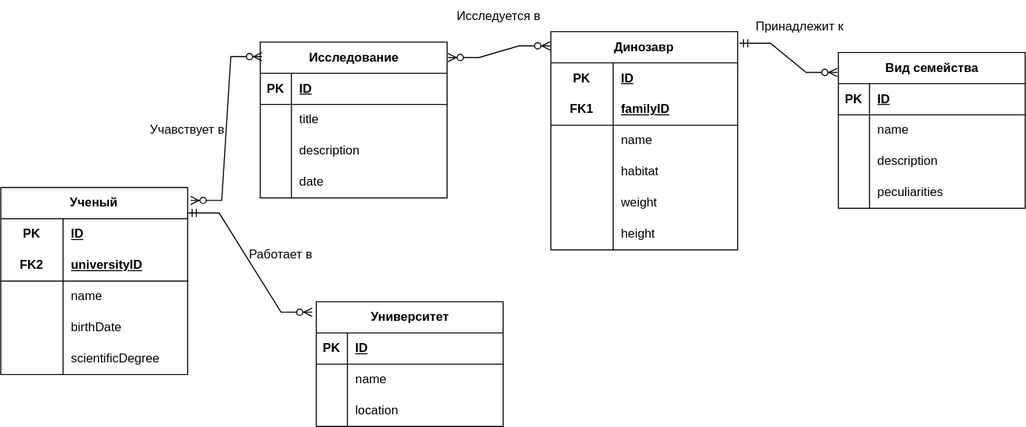
This is DataScience/lab1/bd.drawio.svg from yargames1/ITMO, a draw.io export, as it was before one commit. Source tidied: cells renumbered, new cells last; positions are measured from the earlier drawing's top-left corner, leaving out a move shared by most shapes.
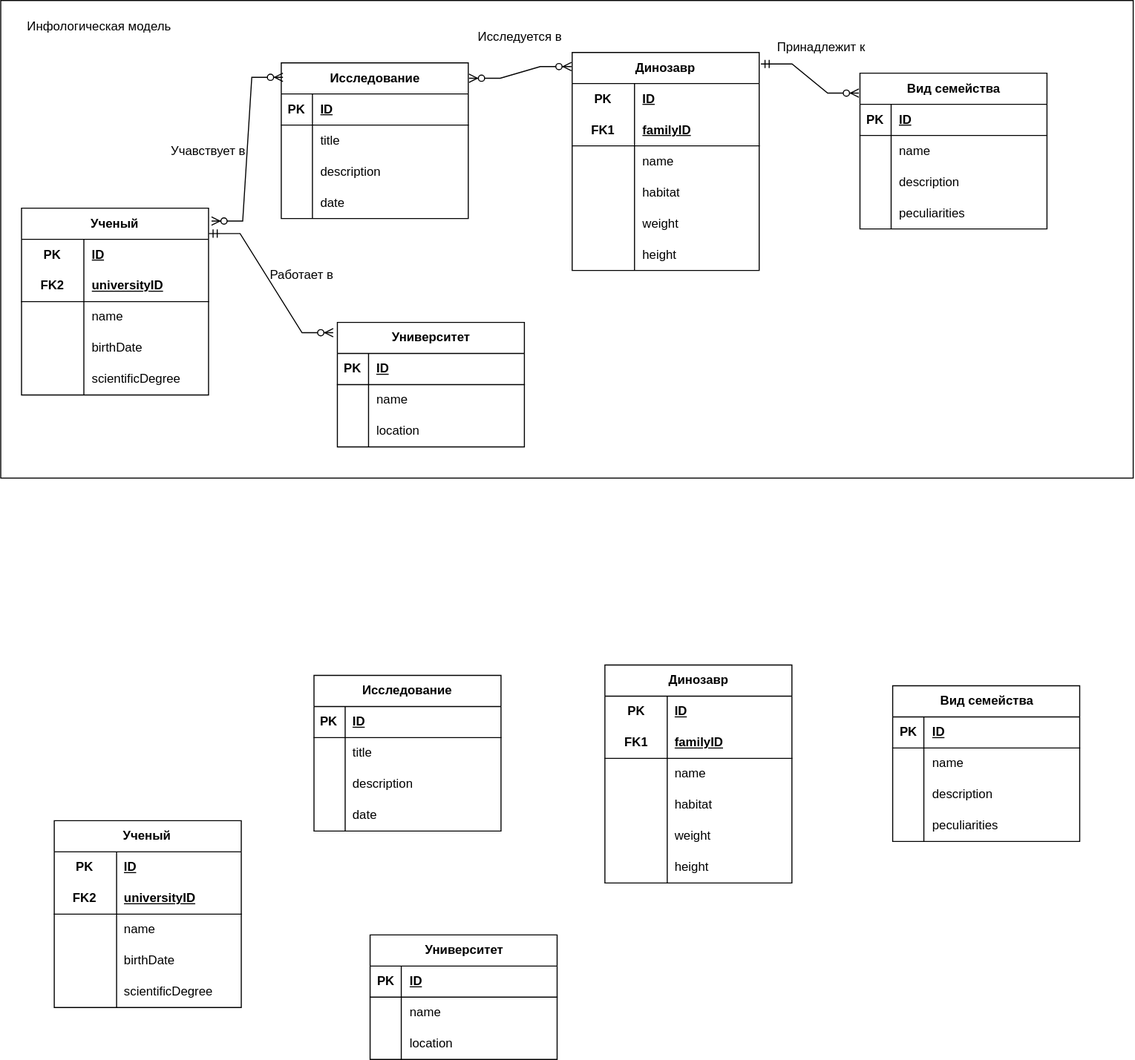
The same file after the commit.

Change to the diagram source:
```diff
@@ -2,6 +2,9 @@
   <root>
     <mxCell id="0" />
     <mxCell id="1" parent="0" />
+    <mxCell id="81" style="rounded=0;whiteSpace=wrap;html=1;" parent="1" vertex="1">
+      <mxGeometry x="-20" y="-20" width="1090" height="460" as="geometry" />
+    </mxCell>
     <mxCell id="2" value="Университет" style="shape=table;startSize=30;rowLines=0;fontStyle=1;align=center;html=1;" parent="1" vertex="1">
       <mxGeometry x="304" y="290" width="180" height="120" as="geometry" />
     </mxCell>
@@ -241,5 +244,221 @@
     <mxCell id="80" value="Принадлежит к" style="text;html=1;align=center;verticalAlign=middle;whiteSpace=wrap;rounded=0;" parent="1" vertex="1">
       <mxGeometry x="720" y="10" width="100" height="30" as="geometry" />
     </mxCell>
+    <mxCell id="82" value="Инфологическая модель" style="text;html=1;align=center;verticalAlign=middle;whiteSpace=wrap;rounded=0;" parent="1" vertex="1">
+      <mxGeometry x="-10" y="-10" width="170" height="30" as="geometry" />
+    </mxCell>
+    <mxCell id="83" value="Университет" style="shape=table;startSize=30;rowLines=0;fontStyle=1;align=center;html=1;" parent="1" vertex="1">
+      <mxGeometry x="335.5" y="880" width="180" height="120" as="geometry" />
+    </mxCell>
+    <mxCell id="84" style="shape=tableRow;horizontal=0;startSize=0;swimlaneHead=0;swimlaneBody=0;fillColor=none;top=0;left=0;right=0;bottom=1;" parent="83" vertex="1">
+      <mxGeometry y="30" width="180" height="30" as="geometry" />
+    </mxCell>
+    <mxCell id="85" value="PK" style="shape=partialRectangle;fillColor=none;top=0;left=0;bottom=0;right=0;fontStyle=1;overflow=hidden;whiteSpace=wrap;html=1;" parent="84" vertex="1">
+      <mxGeometry width="30" height="30" as="geometry" />
+    </mxCell>
+    <mxCell id="86" value="ID" style="shape=partialRectangle;fillColor=none;top=0;left=0;bottom=0;right=0;align=left;spacingLeft=6;fontStyle=5;overflow=hidden;whiteSpace=wrap;html=1;" parent="84" vertex="1">
+      <mxGeometry x="30" width="150" height="30" as="geometry" />
+    </mxCell>
+    <mxCell id="87" style="shape=tableRow;horizontal=0;startSize=0;swimlaneHead=0;swimlaneBody=0;fillColor=none;top=0;left=0;right=0;bottom=0;" parent="83" vertex="1">
+      <mxGeometry y="60" width="180" height="30" as="geometry" />
+    </mxCell>
+    <mxCell id="88" style="shape=partialRectangle;fillColor=none;top=0;left=0;bottom=0;right=0;overflow=hidden;whiteSpace=wrap;html=1;" parent="87" vertex="1">
+      <mxGeometry width="30" height="30" as="geometry" />
+    </mxCell>
+    <mxCell id="89" value="name" style="shape=partialRectangle;fillColor=none;top=0;left=0;bottom=0;right=0;align=left;spacingLeft=6;overflow=hidden;whiteSpace=wrap;html=1;" parent="87" vertex="1">
+      <mxGeometry x="30" width="150" height="30" as="geometry" />
+    </mxCell>
+    <mxCell id="90" style="shape=tableRow;horizontal=0;startSize=0;swimlaneHead=0;swimlaneBody=0;fillColor=none;top=0;left=0;right=0;bottom=0;" parent="83" vertex="1">
+      <mxGeometry y="90" width="180" height="30" as="geometry" />
+    </mxCell>
+    <mxCell id="91" style="shape=partialRectangle;fillColor=none;top=0;left=0;bottom=0;right=0;overflow=hidden;whiteSpace=wrap;html=1;" parent="90" vertex="1">
+      <mxGeometry width="30" height="30" as="geometry" />
+    </mxCell>
+    <mxCell id="92" value="location" style="shape=partialRectangle;fillColor=none;top=0;left=0;bottom=0;right=0;align=left;spacingLeft=6;overflow=hidden;whiteSpace=wrap;html=1;" parent="90" vertex="1">
+      <mxGeometry x="30" width="150" height="30" as="geometry" />
+    </mxCell>
+    <mxCell id="93" value="&lt;span style=&quot;text-wrap-mode: nowrap;&quot;&gt;Ученый&lt;/span&gt;" style="shape=table;startSize=30;rowLines=0;fontStyle=1;align=center;html=1;whiteSpace=wrap;" parent="1" vertex="1">
+      <mxGeometry x="31.5" y="770" width="180" height="180" as="geometry" />
+    </mxCell>
+    <mxCell id="94" style="shape=tableRow;horizontal=0;startSize=0;swimlaneHead=0;swimlaneBody=0;fillColor=none;top=0;left=0;right=0;bottom=0;html=1;" parent="93" vertex="1">
+      <mxGeometry y="30" width="180" height="30" as="geometry" />
+    </mxCell>
+    <mxCell id="95" value="PK" style="shape=partialRectangle;fillColor=none;top=0;left=0;bottom=0;right=0;fontStyle=1;overflow=hidden;html=1;whiteSpace=wrap;" parent="94" vertex="1">
+      <mxGeometry width="60" height="30" as="geometry" />
+    </mxCell>
+    <mxCell id="96" value="ID" style="shape=partialRectangle;fillColor=none;top=0;left=0;bottom=0;right=0;align=left;spacingLeft=6;fontStyle=5;overflow=hidden;html=1;whiteSpace=wrap;" parent="94" vertex="1">
+      <mxGeometry x="60" width="120" height="30" as="geometry" />
+    </mxCell>
+    <mxCell id="97" style="shape=tableRow;horizontal=0;startSize=0;swimlaneHead=0;swimlaneBody=0;fillColor=none;top=0;left=0;right=0;bottom=1;html=1;" parent="93" vertex="1">
+      <mxGeometry y="60" width="180" height="30" as="geometry" />
+    </mxCell>
+    <mxCell id="98" value="FK2" style="shape=partialRectangle;fillColor=none;top=0;left=0;bottom=0;right=0;fontStyle=1;overflow=hidden;html=1;whiteSpace=wrap;" parent="97" vertex="1">
+      <mxGeometry width="60" height="30" as="geometry" />
+    </mxCell>
+    <mxCell id="99" value="universityID" style="shape=partialRectangle;fillColor=none;top=0;left=0;bottom=0;right=0;align=left;spacingLeft=6;fontStyle=5;overflow=hidden;html=1;whiteSpace=wrap;" parent="97" vertex="1">
+      <mxGeometry x="60" width="120" height="30" as="geometry" />
+    </mxCell>
+    <mxCell id="100" style="shape=tableRow;horizontal=0;startSize=0;swimlaneHead=0;swimlaneBody=0;fillColor=none;top=0;left=0;right=0;bottom=0;html=1;" parent="93" vertex="1">
+      <mxGeometry y="90" width="180" height="30" as="geometry" />
+    </mxCell>
+    <mxCell id="101" style="shape=partialRectangle;fillColor=none;top=0;left=0;bottom=0;right=0;overflow=hidden;html=1;whiteSpace=wrap;" parent="100" vertex="1">
+      <mxGeometry width="60" height="30" as="geometry" />
+    </mxCell>
+    <mxCell id="102" value="name" style="shape=partialRectangle;fillColor=none;top=0;left=0;bottom=0;right=0;align=left;spacingLeft=6;overflow=hidden;html=1;whiteSpace=wrap;" parent="100" vertex="1">
+      <mxGeometry x="60" width="120" height="30" as="geometry" />
+    </mxCell>
+    <mxCell id="103" style="shape=tableRow;horizontal=0;startSize=0;swimlaneHead=0;swimlaneBody=0;fillColor=none;top=0;left=0;right=0;bottom=0;html=1;" parent="93" vertex="1">
+      <mxGeometry y="120" width="180" height="30" as="geometry" />
+    </mxCell>
+    <mxCell id="104" style="shape=partialRectangle;fillColor=none;top=0;left=0;bottom=0;right=0;overflow=hidden;html=1;whiteSpace=wrap;" parent="103" vertex="1">
+      <mxGeometry width="60" height="30" as="geometry" />
+    </mxCell>
+    <mxCell id="105" value="birthDate" style="shape=partialRectangle;fillColor=none;top=0;left=0;bottom=0;right=0;align=left;spacingLeft=6;overflow=hidden;html=1;whiteSpace=wrap;" parent="103" vertex="1">
+      <mxGeometry x="60" width="120" height="30" as="geometry" />
+    </mxCell>
+    <mxCell id="106" style="shape=tableRow;horizontal=0;startSize=0;swimlaneHead=0;swimlaneBody=0;fillColor=none;top=0;left=0;right=0;bottom=0;html=1;" parent="93" vertex="1">
+      <mxGeometry y="150" width="180" height="30" as="geometry" />
+    </mxCell>
+    <mxCell id="107" style="shape=partialRectangle;fillColor=none;top=0;left=0;bottom=0;right=0;overflow=hidden;html=1;whiteSpace=wrap;" parent="106" vertex="1">
+      <mxGeometry width="60" height="30" as="geometry" />
+    </mxCell>
+    <mxCell id="108" value="scientificDegree" style="shape=partialRectangle;fillColor=none;top=0;left=0;bottom=0;right=0;align=left;spacingLeft=6;overflow=hidden;html=1;whiteSpace=wrap;" parent="106" vertex="1">
+      <mxGeometry x="60" width="120" height="30" as="geometry" />
+    </mxCell>
+    <mxCell id="109" value="Динозавр" style="shape=table;startSize=30;rowLines=0;fontStyle=1;align=center;html=1;whiteSpace=wrap;" parent="1" vertex="1">
+      <mxGeometry x="561.5" y="620" width="180" height="210" as="geometry" />
+    </mxCell>
+    <mxCell id="110" style="shape=tableRow;horizontal=0;startSize=0;swimlaneHead=0;swimlaneBody=0;fillColor=none;top=0;left=0;right=0;bottom=0;html=1;" parent="109" vertex="1">
+      <mxGeometry y="30" width="180" height="30" as="geometry" />
+    </mxCell>
+    <mxCell id="111" value="PK" style="shape=partialRectangle;fillColor=none;top=0;left=0;bottom=0;right=0;fontStyle=1;overflow=hidden;html=1;whiteSpace=wrap;" parent="110" vertex="1">
+      <mxGeometry width="60" height="30" as="geometry" />
+    </mxCell>
+    <mxCell id="112" value="ID" style="shape=partialRectangle;fillColor=none;top=0;left=0;bottom=0;right=0;align=left;spacingLeft=6;fontStyle=5;overflow=hidden;html=1;whiteSpace=wrap;" parent="110" vertex="1">
+      <mxGeometry x="60" width="120" height="30" as="geometry" />
+    </mxCell>
+    <mxCell id="113" style="shape=tableRow;horizontal=0;startSize=0;swimlaneHead=0;swimlaneBody=0;fillColor=none;top=0;left=0;right=0;bottom=1;html=1;" parent="109" vertex="1">
+      <mxGeometry y="60" width="180" height="30" as="geometry" />
+    </mxCell>
+    <mxCell id="114" value="FK1" style="shape=partialRectangle;fillColor=none;top=0;left=0;bottom=0;right=0;fontStyle=1;overflow=hidden;html=1;whiteSpace=wrap;" parent="113" vertex="1">
+      <mxGeometry width="60" height="30" as="geometry" />
+    </mxCell>
+    <mxCell id="115" value="familyID" style="shape=partialRectangle;fillColor=none;top=0;left=0;bottom=0;right=0;align=left;spacingLeft=6;fontStyle=5;overflow=hidden;html=1;whiteSpace=wrap;" parent="113" vertex="1">
+      <mxGeometry x="60" width="120" height="30" as="geometry" />
+    </mxCell>
+    <mxCell id="116" style="shape=tableRow;horizontal=0;startSize=0;swimlaneHead=0;swimlaneBody=0;fillColor=none;top=0;left=0;right=0;bottom=0;html=1;" parent="109" vertex="1">
+      <mxGeometry y="90" width="180" height="30" as="geometry" />
+    </mxCell>
+    <mxCell id="117" style="shape=partialRectangle;fillColor=none;top=0;left=0;bottom=0;right=0;overflow=hidden;html=1;whiteSpace=wrap;" parent="116" vertex="1">
+      <mxGeometry width="60" height="30" as="geometry" />
+    </mxCell>
+    <mxCell id="118" value="name" style="shape=partialRectangle;fillColor=none;top=0;left=0;bottom=0;right=0;align=left;spacingLeft=6;overflow=hidden;html=1;whiteSpace=wrap;" parent="116" vertex="1">
+      <mxGeometry x="60" width="120" height="30" as="geometry" />
+    </mxCell>
+    <mxCell id="119" style="shape=tableRow;horizontal=0;startSize=0;swimlaneHead=0;swimlaneBody=0;fillColor=none;top=0;left=0;right=0;bottom=0;html=1;" parent="109" vertex="1">
+      <mxGeometry y="120" width="180" height="30" as="geometry" />
+    </mxCell>
+    <mxCell id="120" style="shape=partialRectangle;fillColor=none;top=0;left=0;bottom=0;right=0;overflow=hidden;html=1;whiteSpace=wrap;" parent="119" vertex="1">
+      <mxGeometry width="60" height="30" as="geometry" />
+    </mxCell>
+    <mxCell id="121" value="habitat" style="shape=partialRectangle;fillColor=none;top=0;left=0;bottom=0;right=0;align=left;spacingLeft=6;overflow=hidden;html=1;whiteSpace=wrap;" parent="119" vertex="1">
+      <mxGeometry x="60" width="120" height="30" as="geometry" />
+    </mxCell>
+    <mxCell id="122" style="shape=tableRow;horizontal=0;startSize=0;swimlaneHead=0;swimlaneBody=0;fillColor=none;top=0;left=0;right=0;bottom=0;html=1;" parent="109" vertex="1">
+      <mxGeometry y="150" width="180" height="30" as="geometry" />
+    </mxCell>
+    <mxCell id="123" style="shape=partialRectangle;fillColor=none;top=0;left=0;bottom=0;right=0;overflow=hidden;html=1;whiteSpace=wrap;" parent="122" vertex="1">
+      <mxGeometry width="60" height="30" as="geometry" />
+    </mxCell>
+    <mxCell id="124" value="weight" style="shape=partialRectangle;fillColor=none;top=0;left=0;bottom=0;right=0;align=left;spacingLeft=6;overflow=hidden;html=1;whiteSpace=wrap;" parent="122" vertex="1">
+      <mxGeometry x="60" width="120" height="30" as="geometry" />
+    </mxCell>
+    <mxCell id="125" style="shape=tableRow;horizontal=0;startSize=0;swimlaneHead=0;swimlaneBody=0;fillColor=none;top=0;left=0;right=0;bottom=0;html=1;" parent="109" vertex="1">
+      <mxGeometry y="180" width="180" height="30" as="geometry" />
+    </mxCell>
+    <mxCell id="126" style="shape=partialRectangle;fillColor=none;top=0;left=0;bottom=0;right=0;overflow=hidden;html=1;whiteSpace=wrap;" parent="125" vertex="1">
+      <mxGeometry width="60" height="30" as="geometry" />
+    </mxCell>
+    <mxCell id="127" value="height" style="shape=partialRectangle;fillColor=none;top=0;left=0;bottom=0;right=0;align=left;spacingLeft=6;overflow=hidden;html=1;whiteSpace=wrap;" parent="125" vertex="1">
+      <mxGeometry x="60" width="120" height="30" as="geometry" />
+    </mxCell>
+    <mxCell id="128" value="Вид семейства" style="shape=table;startSize=30;rowLines=0;fontStyle=1;align=center;html=1;" parent="1" vertex="1">
+      <mxGeometry x="838.5" y="640" width="180" height="150" as="geometry" />
+    </mxCell>
+    <mxCell id="129" style="shape=tableRow;horizontal=0;startSize=0;swimlaneHead=0;swimlaneBody=0;fillColor=none;top=0;left=0;right=0;bottom=1;" parent="128" vertex="1">
+      <mxGeometry y="30" width="180" height="30" as="geometry" />
+    </mxCell>
+    <mxCell id="130" value="PK" style="shape=partialRectangle;fillColor=none;top=0;left=0;bottom=0;right=0;fontStyle=1;overflow=hidden;whiteSpace=wrap;html=1;" parent="129" vertex="1">
+      <mxGeometry width="30" height="30" as="geometry" />
+    </mxCell>
+    <mxCell id="131" value="ID" style="shape=partialRectangle;fillColor=none;top=0;left=0;bottom=0;right=0;align=left;spacingLeft=6;fontStyle=5;overflow=hidden;whiteSpace=wrap;html=1;" parent="129" vertex="1">
+      <mxGeometry x="30" width="150" height="30" as="geometry" />
+    </mxCell>
+    <mxCell id="132" style="shape=tableRow;horizontal=0;startSize=0;swimlaneHead=0;swimlaneBody=0;fillColor=none;top=0;left=0;right=0;bottom=0;" parent="128" vertex="1">
+      <mxGeometry y="60" width="180" height="30" as="geometry" />
+    </mxCell>
+    <mxCell id="133" style="shape=partialRectangle;fillColor=none;top=0;left=0;bottom=0;right=0;overflow=hidden;whiteSpace=wrap;html=1;" parent="132" vertex="1">
+      <mxGeometry width="30" height="30" as="geometry" />
+    </mxCell>
+    <mxCell id="134" value="name" style="shape=partialRectangle;fillColor=none;top=0;left=0;bottom=0;right=0;align=left;spacingLeft=6;overflow=hidden;whiteSpace=wrap;html=1;" parent="132" vertex="1">
+      <mxGeometry x="30" width="150" height="30" as="geometry" />
+    </mxCell>
+    <mxCell id="135" style="shape=tableRow;horizontal=0;startSize=0;swimlaneHead=0;swimlaneBody=0;fillColor=none;top=0;left=0;right=0;bottom=0;" parent="128" vertex="1">
+      <mxGeometry y="90" width="180" height="30" as="geometry" />
+    </mxCell>
+    <mxCell id="136" style="shape=partialRectangle;fillColor=none;top=0;left=0;bottom=0;right=0;overflow=hidden;whiteSpace=wrap;html=1;" parent="135" vertex="1">
+      <mxGeometry width="30" height="30" as="geometry" />
+    </mxCell>
+    <mxCell id="137" value="description" style="shape=partialRectangle;fillColor=none;top=0;left=0;bottom=0;right=0;align=left;spacingLeft=6;overflow=hidden;whiteSpace=wrap;html=1;" parent="135" vertex="1">
+      <mxGeometry x="30" width="150" height="30" as="geometry" />
+    </mxCell>
+    <mxCell id="138" style="shape=tableRow;horizontal=0;startSize=0;swimlaneHead=0;swimlaneBody=0;fillColor=none;top=0;left=0;right=0;bottom=0;" parent="128" vertex="1">
+      <mxGeometry y="120" width="180" height="30" as="geometry" />
+    </mxCell>
+    <mxCell id="139" style="shape=partialRectangle;fillColor=none;top=0;left=0;bottom=0;right=0;overflow=hidden;whiteSpace=wrap;html=1;" parent="138" vertex="1">
+      <mxGeometry width="30" height="30" as="geometry" />
+    </mxCell>
+    <mxCell id="140" value="peculiarities" style="shape=partialRectangle;fillColor=none;top=0;left=0;bottom=0;right=0;align=left;spacingLeft=6;overflow=hidden;whiteSpace=wrap;html=1;" parent="138" vertex="1">
+      <mxGeometry x="30" width="150" height="30" as="geometry" />
+    </mxCell>
+    <mxCell id="141" value="Исследование" style="shape=table;startSize=30;rowLines=0;fontStyle=1;align=center;html=1;" parent="1" vertex="1">
+      <mxGeometry x="281.5" y="630" width="180" height="150" as="geometry" />
+    </mxCell>
+    <mxCell id="142" style="shape=tableRow;horizontal=0;startSize=0;swimlaneHead=0;swimlaneBody=0;fillColor=none;top=0;left=0;right=0;bottom=1;" parent="141" vertex="1">
+      <mxGeometry y="30" width="180" height="30" as="geometry" />
+    </mxCell>
+    <mxCell id="143" value="PK" style="shape=partialRectangle;fillColor=none;top=0;left=0;bottom=0;right=0;fontStyle=1;overflow=hidden;whiteSpace=wrap;html=1;" parent="142" vertex="1">
+      <mxGeometry width="30" height="30" as="geometry" />
+    </mxCell>
+    <mxCell id="144" value="ID" style="shape=partialRectangle;fillColor=none;top=0;left=0;bottom=0;right=0;align=left;spacingLeft=6;fontStyle=5;overflow=hidden;whiteSpace=wrap;html=1;" parent="142" vertex="1">
+      <mxGeometry x="30" width="150" height="30" as="geometry" />
+    </mxCell>
+    <mxCell id="145" style="shape=tableRow;horizontal=0;startSize=0;swimlaneHead=0;swimlaneBody=0;fillColor=none;top=0;left=0;right=0;bottom=0;" parent="141" vertex="1">
+      <mxGeometry y="60" width="180" height="30" as="geometry" />
+    </mxCell>
+    <mxCell id="146" style="shape=partialRectangle;fillColor=none;top=0;left=0;bottom=0;right=0;overflow=hidden;whiteSpace=wrap;html=1;" parent="145" vertex="1">
+      <mxGeometry width="30" height="30" as="geometry" />
+    </mxCell>
+    <mxCell id="147" value="title" style="shape=partialRectangle;fillColor=none;top=0;left=0;bottom=0;right=0;align=left;spacingLeft=6;overflow=hidden;whiteSpace=wrap;html=1;" parent="145" vertex="1">
+      <mxGeometry x="30" width="150" height="30" as="geometry" />
+    </mxCell>
+    <mxCell id="148" style="shape=tableRow;horizontal=0;startSize=0;swimlaneHead=0;swimlaneBody=0;fillColor=none;top=0;left=0;right=0;bottom=0;" parent="141" vertex="1">
+      <mxGeometry y="90" width="180" height="30" as="geometry" />
+    </mxCell>
+    <mxCell id="149" style="shape=partialRectangle;fillColor=none;top=0;left=0;bottom=0;right=0;overflow=hidden;whiteSpace=wrap;html=1;" parent="148" vertex="1">
+      <mxGeometry width="30" height="30" as="geometry" />
+    </mxCell>
+    <mxCell id="150" value="description" style="shape=partialRectangle;fillColor=none;top=0;left=0;bottom=0;right=0;align=left;spacingLeft=6;overflow=hidden;whiteSpace=wrap;html=1;" parent="148" vertex="1">
+      <mxGeometry x="30" width="150" height="30" as="geometry" />
+    </mxCell>
+    <mxCell id="151" style="shape=tableRow;horizontal=0;startSize=0;swimlaneHead=0;swimlaneBody=0;fillColor=none;top=0;left=0;right=0;bottom=0;" parent="141" vertex="1">
+      <mxGeometry y="120" width="180" height="30" as="geometry" />
+    </mxCell>
+    <mxCell id="152" style="shape=partialRectangle;fillColor=none;top=0;left=0;bottom=0;right=0;overflow=hidden;whiteSpace=wrap;html=1;" parent="151" vertex="1">
+      <mxGeometry width="30" height="30" as="geometry" />
+    </mxCell>
+    <mxCell id="153" value="date" style="shape=partialRectangle;fillColor=none;top=0;left=0;bottom=0;right=0;align=left;spacingLeft=6;overflow=hidden;whiteSpace=wrap;html=1;" parent="151" vertex="1">
+      <mxGeometry x="30" width="150" height="30" as="geometry" />
+    </mxCell>
   </root>
 </mxGraphModel>
```
